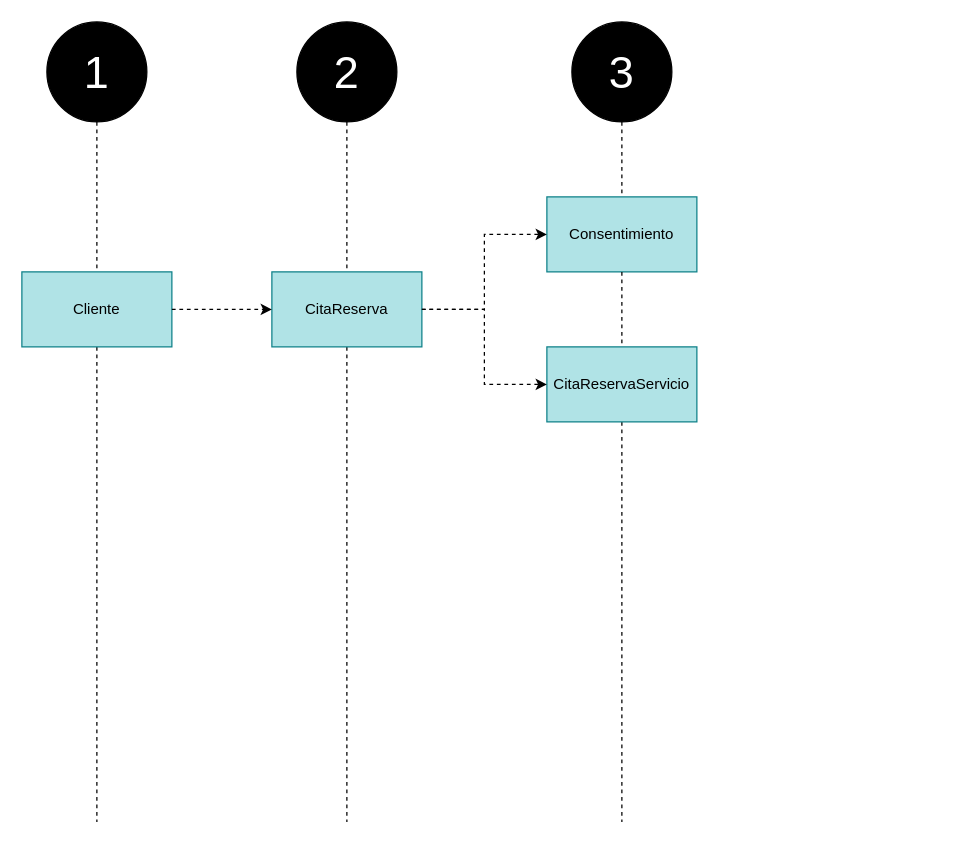
Above: page "Flujo de eventos" (1 of 4) of SpaOnline/EventStorming/CitaReserva - Event Storming.drawio in cristianospina/DOO (draw.io), before the change. Source tidied: cells renumbered, new cells numbered last; positions are measured from the earlier drawing's top-left corner, leaving out a move shared by most shapes. Both pictures are drawn from the tidied source at 125%, with x=0, y=0 at pixel (21, 21).
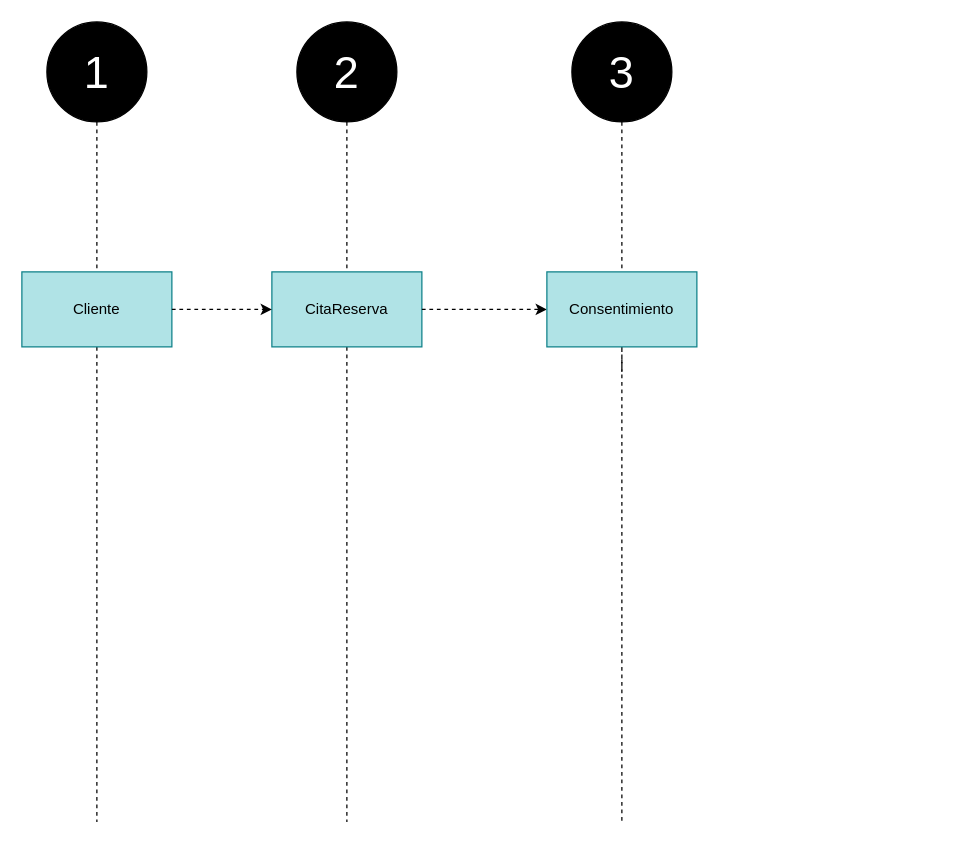
After the change.

Unchanged cells that the change refers to:
```xml
<mxCell id="10" value="CitaReserva" style="rounded=0;whiteSpace=wrap;html=1;fillColor=#b0e3e6;strokeColor=#0e8088;" parent="7" vertex="1">
  <mxGeometry x="-20" y="200" width="120" height="60" as="geometry" />
</mxCell>
<mxCell id="11" style="group;" parent="1" vertex="1">
  <mxGeometry x="620" width="110" height="650" as="geometry" />
</mxCell>
<mxCell id="12" value="&lt;font color=&quot;#ffffff&quot; style=&quot;font-size: 36px;&quot;&gt;3&lt;/font&gt;" style="ellipse;whiteSpace=wrap;html=1;fillColor=#000000;" parent="11" vertex="1">
  <mxGeometry x="-180" width="80" height="80" as="geometry" />
</mxCell>
```

The edit, as a diff of the source:
```diff
@@
-    <mxCell id="13" style="edgeStyle=orthogonalEdgeStyle;rounded=0;jettySize=auto;html=1;endArrow=none;endFill=0;dashed=1;" parent="11" edge="1" source="16">
+    <mxCell id="13" style="edgeStyle=orthogonalEdgeStyle;rounded=0;orthogonalLoop=1;jettySize=auto;html=1;endArrow=none;endFill=0;dashed=1;" parent="11" edge="1">
       <mxGeometry relative="1" as="geometry">
+        <mxPoint x="-140" y="270" as="sourcePoint" />
         <mxPoint x="-140" y="640" as="targetPoint" />
       </mxGeometry>
     </mxCell>
-    <mxCell id="14" value="Consentimiento" style="rounded=0;whiteSpace=wrap;html=1;fillColor=#b0e3e6;strokeColor=#0e8088;" parent="11" vertex="1">
-      <mxGeometry x="-200" y="140" width="120" height="60" as="geometry" />
-    </mxCell>
-    <mxCell id="15" style="edgeStyle=orthogonalEdgeStyle;rounded=0;jettySize=auto;html=1;endArrow=none;endFill=0;dashed=1;" parent="11" edge="1" source="12" target="14">
-      <mxGeometry relative="1" as="geometry" />
-    </mxCell>
-    <mxCell id="16" value="CitaReservaServicio" style="rounded=0;whiteSpace=wrap;html=1;fillColor=#b0e3e6;strokeColor=#0e8088;" parent="11" vertex="1">
-      <mxGeometry x="-200" y="260" width="120" height="60" as="geometry" />
-    </mxCell>
-    <mxCell id="17" style="edgeStyle=orthogonalEdgeStyle;rounded=0;jettySize=auto;html=1;endArrow=none;endFill=0;dashed=1;" parent="11" edge="1" source="14" target="16">
-      <mxGeometry relative="1" as="geometry" />
+    <mxCell id="17" style="edgeStyle=orthogonalEdgeStyle;rounded=0;jettySize=auto;html=1;endArrow=none;endFill=0;dashed=1;" parent="11" edge="1" source="14">
+      <mxGeometry relative="1" as="geometry">
+        <mxPoint x="-140" y="260" as="targetPoint" />
+      </mxGeometry>
     </mxCell>
@@
-    <mxCell id="20" style="edgeStyle=orthogonalEdgeStyle;rounded=0;jettySize=auto;html=1;exitX=1;exitY=0.5;exitDx=0;exitDy=0;entryX=0;entryY=0.5;entryDx=0;entryDy=0;dashed=1;" parent="1" edge="1" source="10" target="16">
-      <mxGeometry relative="1" as="geometry" />
-    </mxCell>
+    <mxCell id="14" value="Consentimiento" style="rounded=0;whiteSpace=wrap;html=1;fillColor=#b0e3e6;strokeColor=#0e8088;" parent="1" vertex="1">
+      <mxGeometry x="420" y="200" width="120" height="60" as="geometry" />
+    </mxCell>
+    <mxCell id="15" style="edgeStyle=orthogonalEdgeStyle;rounded=0;jettySize=auto;html=1;endArrow=none;endFill=0;dashed=1;" parent="1" edge="1" source="12" target="14">
+      <mxGeometry relative="1" as="geometry" />
+    </mxCell>
```
